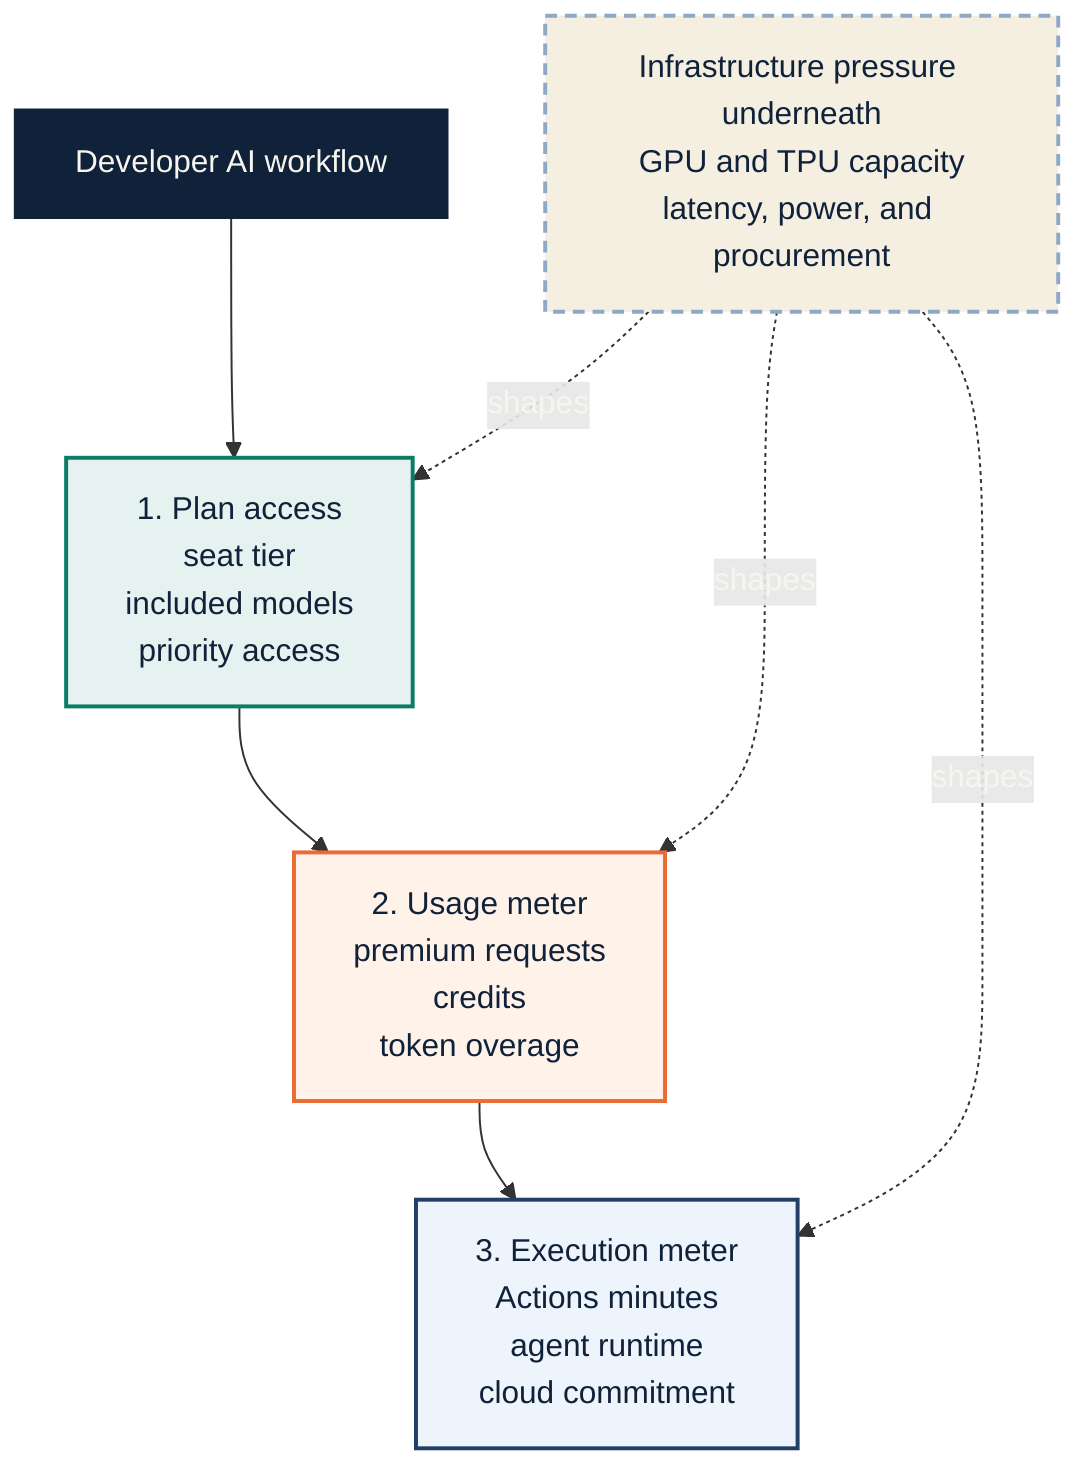
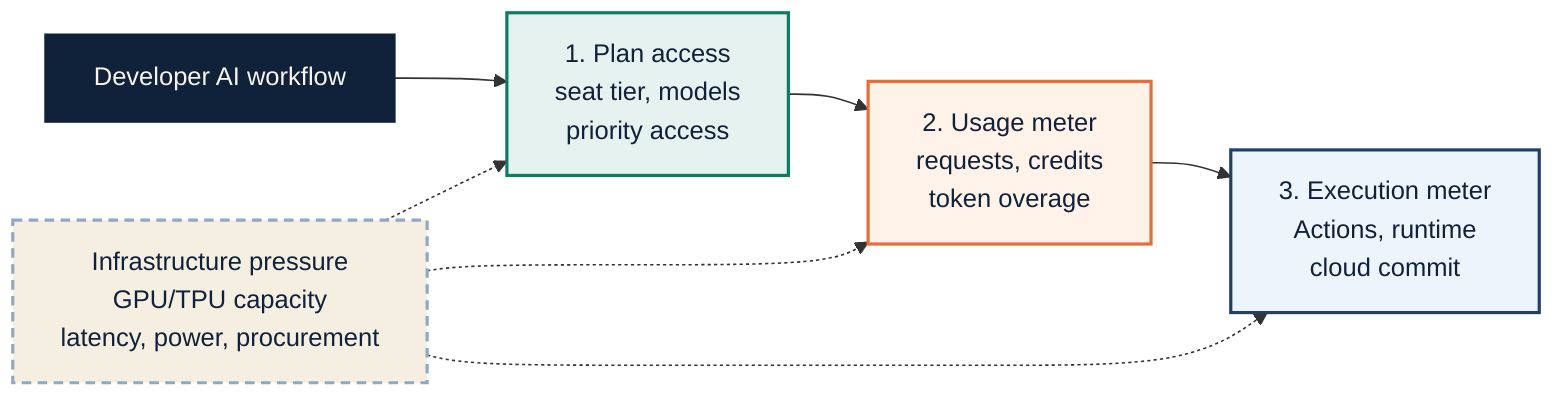
- flowchart TB
-     W["Developer AI workflow"]
-     P["1. Plan access<br/>seat tier<br/>included models<br/>priority access"]
-     U["2. Usage meter<br/>premium requests<br/>credits<br/>token overage"]
-     E["3. Execution meter<br/>Actions minutes<br/>agent runtime<br/>cloud commitment"]
-     I["Infrastructure pressure underneath<br/>GPU and TPU capacity<br/>latency, power, and procurement"]
+ flowchart LR
+     W["Developer AI workflow"] --> P["1. Plan access<br/>seat tier, models<br/>priority access"] --> U["2. Usage meter<br/>requests, credits<br/>token overage"] --> E["3. Execution meter<br/>Actions, runtime<br/>cloud commit"]

-     W --> P --> U --> E
-     I -. shapes .-> P
-     I -. shapes .-> U
-     I -. shapes .-> E
+     I["Infrastructure pressure<br/>GPU/TPU capacity<br/>latency, power, procurement"]
+ 
+     I -.-> P
+     I -.-> U
+     I -.-> E

    classDef root fill:#10213a,stroke:#10213a,color:#f8f5ee,stroke-width:2px;
    classDef green fill:#e5f2ef,stroke:#0a7d67,color:#10213a,stroke-width:2px;
    classDef warm fill:#fff3e9,stroke:#e96b35,color:#10213a,stroke-width:2px;
    classDef blue fill:#edf4fb,stroke:#204065,color:#10213a,stroke-width:2px;
    classDef soft fill:#f5efe2,stroke:#8fa8c4,color:#10213a,stroke-width:2px,stroke-dasharray: 6 4;

    class W root;
    class P green;
    class U warm;
    class E blue;
    class I soft;